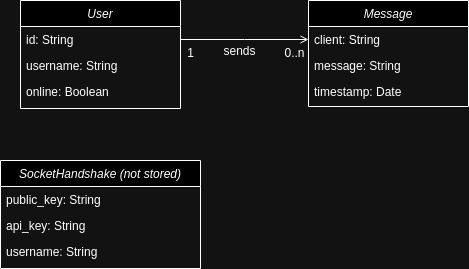
Earlier version of the draw.io export docs/class_data.drawio.png (thebetar/EncryptedMessageExchange). Source tidied: cells renumbered, new cells last; positions are measured from the earlier drawing's top-left corner, leaving out a move shared by most shapes.
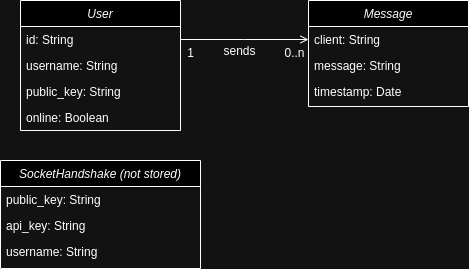
Above is the later version.

Diff of the diagram source:
```diff
@@ -3,7 +3,7 @@
     <mxCell id="0" />
     <mxCell id="1" parent="0" />
     <mxCell id="2" value="User" style="swimlane;fontStyle=2;align=center;verticalAlign=top;horizontal=1;startSize=26;rounded=0;shadow=0;strokeWidth=1;" parent="1" vertex="1">
-      <mxGeometry x="20" width="160" height="108" as="geometry" />
+      <mxGeometry x="20" width="160" height="130" as="geometry" />
     </mxCell>
     <mxCell id="3" value="id: String" style="text;align=left;verticalAlign=top;spacingLeft=4;spacingRight=4;overflow=hidden;points=[[0,0.5],[1,0.5]];portConstraint=eastwest;" parent="2" vertex="1">
       <mxGeometry y="26" width="160" height="26" as="geometry" />
@@ -11,8 +11,11 @@
     <mxCell id="4" value="username: String" style="text;align=left;verticalAlign=top;spacingLeft=4;spacingRight=4;overflow=hidden;rounded=0;shadow=0;html=0;" parent="2" vertex="1">
       <mxGeometry y="52" width="160" height="26" as="geometry" />
     </mxCell>
+    <mxCell id="18" value="public_key: String" style="text;align=left;verticalAlign=top;spacingLeft=4;spacingRight=4;overflow=hidden;rounded=0;shadow=0;html=0;" parent="2" vertex="1">
+      <mxGeometry y="78" width="160" height="26" as="geometry" />
+    </mxCell>
     <mxCell id="5" value="online: Boolean" style="text;align=left;verticalAlign=top;spacingLeft=4;spacingRight=4;overflow=hidden;rounded=0;shadow=0;html=0;" parent="2" vertex="1">
-      <mxGeometry y="78" width="160" height="26" as="geometry" />
+      <mxGeometry y="104" width="160" height="26" as="geometry" />
     </mxCell>
     <mxCell id="6" value="Message" style="swimlane;fontStyle=2;align=center;verticalAlign=top;horizontal=1;startSize=26;rounded=0;shadow=0;strokeWidth=1;" parent="1" vertex="1">
       <mxGeometry x="308" width="160" height="106" as="geometry" />
```
